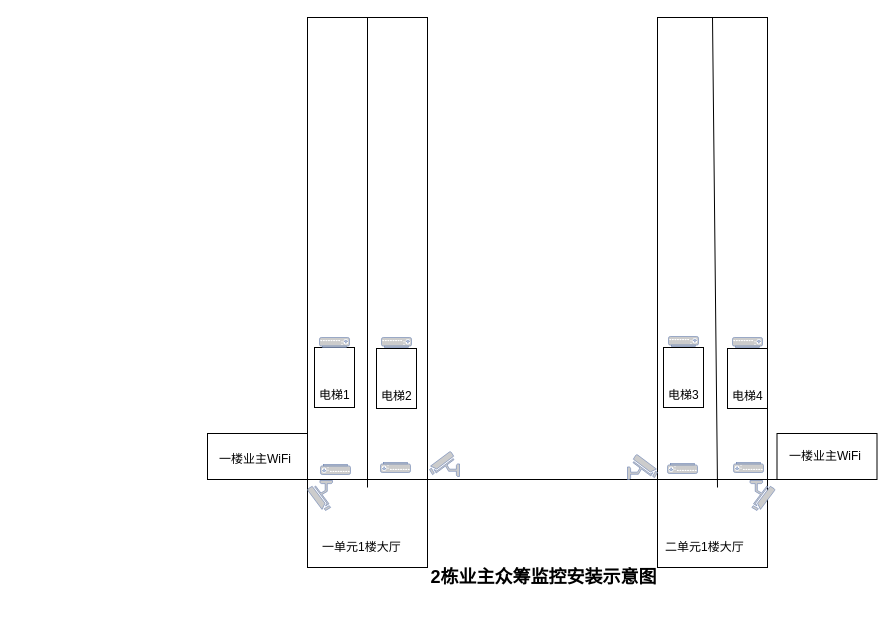
Before: 2栋众筹监控安装示意图.drawio in UTOUUCENTER-CD/draw.io, a draw.io diagram. Source tidied: cells renumbered, new cells numbered last; positions are measured from the earlier drawing's top-left corner, leaving out a move shared by most shapes. Both pictures are drawn from the tidied source at 100%, with x=0, y=0 at pixel (207, 17). Pictures stored in the file or linked from it are replaced by grey dashed boxes.
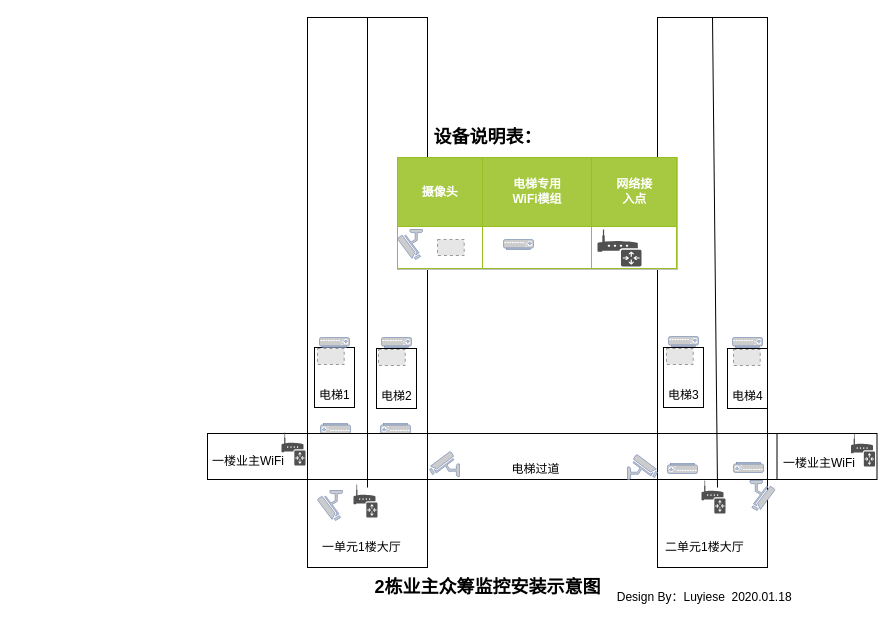
The same diagram, later.

Commit message:
Update 2栋众筹监控安装示意图.drawio

Unchanged cells that the change refers to:
```xml
<mxCell id="22" style="group;" parent="21" vertex="1">
  <mxGeometry y="10" width="53" height="60" as="geometry" />
</mxCell>
<mxCell id="33" style="group;" parent="32" vertex="1">
  <mxGeometry y="11" width="53" height="60" as="geometry" />
</mxCell>
```

What changed in the source:
```diff
@@
-    <mxCell id="7" style="fontColor=#0066CC;verticalAlign=top;verticalLabelPosition=bottom;labelPosition=center;align=center;html=1;fillColor=#CCCCCC;strokeColor=#6881B3;gradientColor=none;gradientDirection=north;strokeWidth=2;shape=mxgraph.networks.security_camera;direction=south;flipH=1;" parent="1" vertex="1">
-      <mxGeometry x="100" y="463" width="25" height="30" as="geometry" />
-    </mxCell>
@@
     <mxCell id="14" value="一楼业主WiFi" style="text;html=1;align=left;verticalAlign=top;spacingTop=-4;" parent="1" vertex="1">
-      <mxGeometry x="10" y="431.5" width="90" height="20" as="geometry" />
+      <mxGeometry x="3" y="433.5" width="90" height="20" as="geometry" />
     </mxCell>
     <mxCell id="15" style="fontColor=#0066CC;verticalAlign=top;verticalLabelPosition=bottom;labelPosition=center;align=center;html=1;fillColor=#CCCCCC;strokeColor=#6881B3;gradientColor=none;gradientDirection=north;strokeWidth=2;shape=mxgraph.networks.load_balancer;direction=west;" parent="1" vertex="1">
-      <mxGeometry x="113" y="447" width="30" height="10" as="geometry" />
+      <mxGeometry x="113" y="406" width="30" height="10" as="geometry" />
     </mxCell>
     <mxCell id="16" style="fontColor=#0066CC;verticalAlign=top;verticalLabelPosition=bottom;labelPosition=center;align=center;html=1;fillColor=#CCCCCC;strokeColor=#6881B3;gradientColor=none;gradientDirection=north;strokeWidth=2;shape=mxgraph.networks.load_balancer;direction=west;" parent="1" vertex="1">
-      <mxGeometry x="173" y="445" width="30" height="10" as="geometry" />
+      <mxGeometry x="173" y="406" width="30" height="10" as="geometry" />
     </mxCell>
@@
     <mxCell id="20" value="一楼业主WiFi" style="text;html=1;align=left;verticalAlign=top;spacingTop=-4;" parent="1" vertex="1">
-      <mxGeometry x="579.5" y="429" width="90" height="20" as="geometry" />
+      <mxGeometry x="573.5" y="436" width="90" height="20" as="geometry" />
     </mxCell>
@@
+    <mxCell id="43" style="fillColor=#E6E6E6;strokeColor=#999999;dashed=1;verticalLabelPosition=bottom;labelBackgroundColor=#ffffff;verticalAlign=top;" parent="22" vertex="1">
+      <mxGeometry x="3" y="1" width="26.7" height="16" as="geometry" />
+    </mxCell>
@@
+    <mxCell id="44" style="fillColor=#E6E6E6;strokeColor=#999999;dashed=1;verticalLabelPosition=bottom;labelBackgroundColor=#ffffff;verticalAlign=top;" parent="33" vertex="1">
+      <mxGeometry x="3" y="1" width="26.7" height="16" as="geometry" />
+    </mxCell>
@@
     <mxCell id="42" value="&lt;b&gt;&lt;font style=&quot;font-size: 18px&quot;&gt;2栋业主众筹监控安装示意图&lt;/font&gt;&lt;/b&gt;" style="text;html=1;align=center;verticalAlign=middle;" parent="1" vertex="1">
-      <mxGeometry x="216" y="550" width="240" height="20" as="geometry" />
+      <mxGeometry x="160" y="560" width="240" height="20" as="geometry" />
     </mxCell>
+    <mxCell id="45" style="endArrow=none;html=1;" parent="1" edge="1">
+      <mxGeometry relative="1" as="geometry">
+        <mxPoint x="40" y="416" as="sourcePoint" />
+        <mxPoint x="620" y="416" as="targetPoint" />
+      </mxGeometry>
+    </mxCell>
+    <mxCell id="46" value="电梯过道" style="text;html=1;align=center;verticalAlign=middle;" parent="1" vertex="1">
+      <mxGeometry x="298" y="442" width="60" height="20" as="geometry" />
+    </mxCell>
+    <mxCell id="47" style="shadow=0;dashed=0;html=1;strokeColor=none;fillColor=#505050;labelPosition=center;verticalLabelPosition=bottom;verticalAlign=top;align=center;shape=mxgraph.office.devices.router;" parent="1" vertex="1">
+      <mxGeometry x="146" y="467" width="24" height="33" as="geometry" />
+    </mxCell>
+    <mxCell id="48" value="&lt;font style=&quot;vertical-align: inherit ; font-size: 18px&quot;&gt;&lt;b&gt;设备说明表：&lt;/b&gt;&lt;/font&gt;" style="text;html=1;align=center;verticalAlign=middle;" parent="1" vertex="1">
+      <mxGeometry x="220" y="110" width="120" height="20" as="geometry" />
+    </mxCell>
+    <mxCell id="49" style="fontColor=#0066CC;verticalAlign=top;verticalLabelPosition=bottom;labelPosition=center;align=center;html=1;fillColor=#CCCCCC;strokeColor=#6881B3;gradientColor=none;gradientDirection=north;strokeWidth=2;shape=mxgraph.networks.security_camera;direction=south;flipH=1;" parent="1" vertex="1">
+      <mxGeometry x="110" y="473" width="25" height="30" as="geometry" />
+    </mxCell>
+    <mxCell id="50" style="group;" parent="1" vertex="1">
+      <mxGeometry x="-190" y="60" width="280" height="132" as="geometry" />
+    </mxCell>
+    <mxCell id="51" value="&lt;span style=&quot;color: rgba(0 , 0 , 0 , 0) ; font-family: monospace ; font-size: 0px&quot;&gt;电梯&lt;/span&gt;" style="text;html=1;align=center;verticalAlign=middle;" parent="50" vertex="1">
+      <mxGeometry x="158" width="20" height="20" as="geometry" />
+    </mxCell>
+    <mxCell id="52" style="group;" parent="50" vertex="1">
+      <mxGeometry x="380" y="80" width="280" height="112" as="geometry" />
+    </mxCell>
+    <mxCell id="53" value="&lt;table border=&quot;1&quot; width=&quot;100%&quot; cellpadding=&quot;4&quot; style=&quot;width: 100% ; height: 100% ; border-collapse: collapse&quot;&gt;&lt;tbody&gt;&lt;tr style=&quot;background-color: #a7c942 ; color: #ffffff ; border: 1px solid #98bf21&quot;&gt;&lt;th&gt;摄像头&lt;/th&gt;&lt;th&gt;电梯专用&lt;br&gt;WiFi模组&lt;/th&gt;&lt;th&gt;网络接&lt;br&gt;入点&lt;/th&gt;&lt;/tr&gt;&lt;tr style=&quot;border: 1px solid #98bf21&quot;&gt;&lt;td&gt;&lt;br&gt;&lt;/td&gt;&lt;td&gt;&lt;/td&gt;&lt;td&gt;&lt;/td&gt;&lt;/tr&gt;&lt;/tbody&gt;&lt;/table&gt;" style="text;html=1;strokeColor=#c0c0c0;fillColor=#ffffff;overflow=fill;rounded=0;align=center;" parent="52" vertex="1">
+      <mxGeometry width="280" height="112" as="geometry" />
+    </mxCell>
+    <mxCell id="7" style="fontColor=#0066CC;verticalAlign=top;verticalLabelPosition=bottom;labelPosition=center;align=center;html=1;fillColor=#CCCCCC;strokeColor=#6881B3;gradientColor=none;gradientDirection=north;strokeWidth=2;shape=mxgraph.networks.security_camera;direction=south;flipH=1;" parent="52" vertex="1">
+      <mxGeometry y="72" width="25" height="30" as="geometry" />
+    </mxCell>
+    <mxCell id="54" style="fontColor=#0066CC;verticalAlign=top;verticalLabelPosition=bottom;labelPosition=center;align=center;html=1;fillColor=#CCCCCC;strokeColor=#6881B3;gradientColor=none;gradientDirection=north;strokeWidth=2;shape=mxgraph.networks.load_balancer;direction=east;" parent="52" vertex="1">
+      <mxGeometry x="106" y="82" width="30" height="10" as="geometry" />
+    </mxCell>
+    <mxCell id="55" style="shadow=0;dashed=0;html=1;strokeColor=none;fillColor=#505050;labelPosition=center;verticalLabelPosition=bottom;verticalAlign=top;align=center;shape=mxgraph.office.devices.router;" parent="52" vertex="1">
+      <mxGeometry x="200" y="72" width="44" height="37" as="geometry" />
+    </mxCell>
+    <mxCell id="56" style="fillColor=#E6E6E6;strokeColor=#999999;dashed=1;verticalLabelPosition=bottom;labelBackgroundColor=#ffffff;verticalAlign=top;" parent="52" vertex="1">
+      <mxGeometry x="40" y="82" width="26.7" height="16" as="geometry" />
+    </mxCell>
+    <mxCell id="57" style="fillColor=#E6E6E6;strokeColor=#999999;dashed=1;verticalLabelPosition=bottom;labelBackgroundColor=#ffffff;verticalAlign=top;" parent="1" vertex="1">
+      <mxGeometry x="171" y="332" width="26.7" height="16" as="geometry" />
+    </mxCell>
+    <mxCell id="58" style="fillColor=#E6E6E6;strokeColor=#999999;dashed=1;verticalLabelPosition=bottom;labelBackgroundColor=#ffffff;verticalAlign=top;" parent="1" vertex="1">
+      <mxGeometry x="526" y="332" width="26.7" height="16" as="geometry" />
+    </mxCell>
+    <mxCell id="59" style="shadow=0;dashed=0;html=1;strokeColor=none;fillColor=#505050;labelPosition=center;verticalLabelPosition=bottom;verticalAlign=top;align=center;shape=mxgraph.office.devices.router;" parent="1" vertex="1">
+      <mxGeometry x="74" y="415" width="24" height="33" as="geometry" />
+    </mxCell>
+    <mxCell id="60" style="shadow=0;dashed=0;html=1;strokeColor=none;fillColor=#505050;labelPosition=center;verticalLabelPosition=bottom;verticalAlign=top;align=center;shape=mxgraph.office.devices.router;" parent="1" vertex="1">
+      <mxGeometry x="494" y="463" width="24" height="33" as="geometry" />
+    </mxCell>
+    <mxCell id="61" style="shadow=0;dashed=0;html=1;strokeColor=none;fillColor=#505050;labelPosition=center;verticalLabelPosition=bottom;verticalAlign=top;align=center;shape=mxgraph.office.devices.router;" parent="1" vertex="1">
+      <mxGeometry x="643.5" y="416" width="24" height="33" as="geometry" />
+    </mxCell>
+    <mxCell id="62" value="&amp;nbsp;Design By：Luyiese&amp;nbsp; 2020.01.18" style="text;html=1;align=center;verticalAlign=middle;" parent="1" vertex="1">
+      <mxGeometry x="400" y="570" width="190" height="20" as="geometry" />
+    </mxCell>
```
